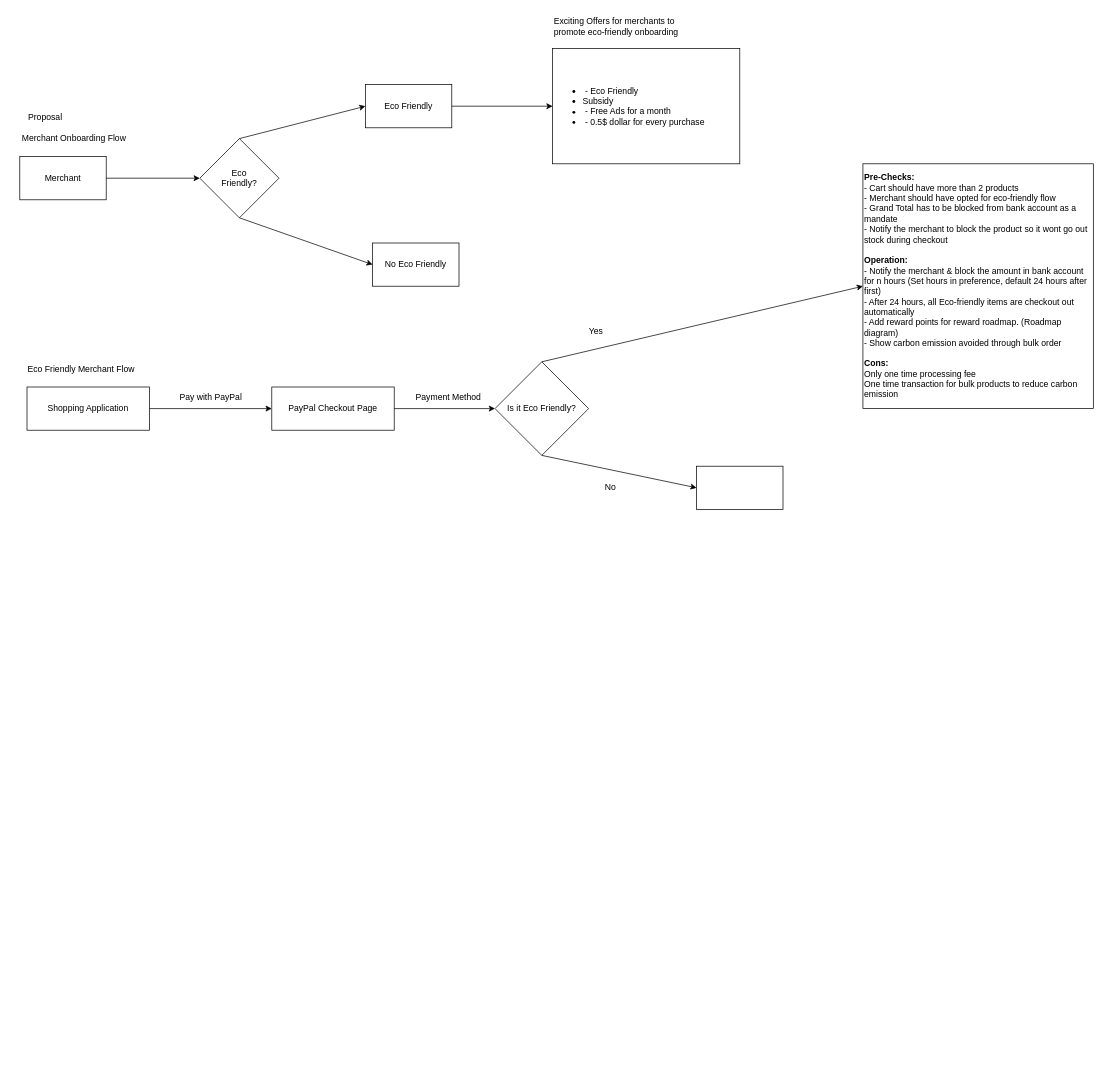
mithun9421/drawio keeps this draw.io diagram as Untitled Diagram.drawio. Above is the earlier version. Source tidied: cells renumbered, new cells numbered last; positions are measured from the earlier drawing's top-left corner, leaving out a move shared by most shapes. Both pictures are drawn from the tidied source at 72%, with x=0, y=0 at pixel (12, 12).
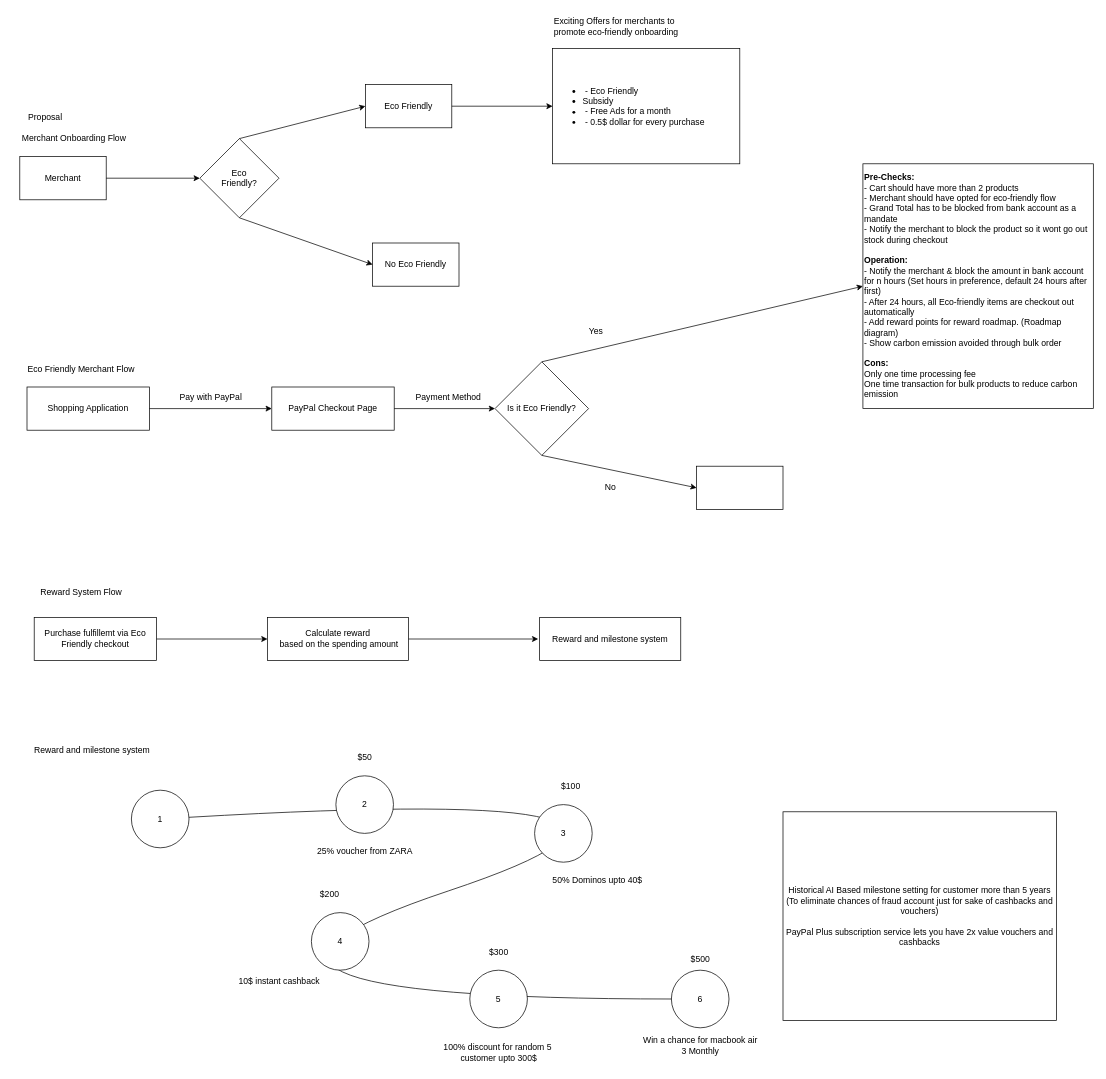
After the change.

Diff of the diagram source:
```diff
@@
+    <mxCell id="28" value="Reward System Flow" style="text;html=1;align=center;verticalAlign=middle;strokeColor=none;fillColor=none;" parent="1" vertex="1">
+      <mxGeometry x="25" y="790" width="140" height="30" as="geometry" />
+    </mxCell>
+    <mxCell id="29" value="Purchase fulfillemt via Eco Friendly checkout" style="rounded=0;whiteSpace=wrap;html=1;" parent="1" vertex="1">
+      <mxGeometry x="30" y="840" width="170" height="60" as="geometry" />
+    </mxCell>
+    <mxCell id="30" value="&lt;div&gt;Calculate reward&lt;/div&gt;&lt;div&gt;&amp;nbsp;based on the spending amount&lt;/div&gt;" style="rounded=0;whiteSpace=wrap;html=1;" parent="1" vertex="1">
+      <mxGeometry x="354" y="840" width="196" height="60" as="geometry" />
+    </mxCell>
+    <mxCell id="31" style="endArrow=classic;html=1;rounded=0;exitX=1;exitY=0.5;exitDx=0;exitDy=0;entryX=0;entryY=0.5;entryDx=0;entryDy=0;" parent="1" edge="1" source="29" target="30">
+      <mxGeometry relative="1" as="geometry" />
+    </mxCell>
+    <mxCell id="32" value="Reward and milestone system" style="rounded=0;whiteSpace=wrap;html=1;" parent="1" vertex="1">
+      <mxGeometry x="732" y="840" width="196" height="60" as="geometry" />
+    </mxCell>
+    <mxCell id="33" style="endArrow=classic;html=1;rounded=0;exitX=1;exitY=0.5;exitDx=0;exitDy=0;" parent="1" edge="1" source="30">
+      <mxGeometry relative="1" as="geometry">
+        <mxPoint x="730" y="870" as="targetPoint" />
+      </mxGeometry>
+    </mxCell>
+    <mxCell id="34" style="curved=1;endArrow=classic;html=1;rounded=0;" parent="1" edge="1" source="36">
+      <mxGeometry relative="1" as="geometry">
+        <mxPoint x="925" y="1370" as="targetPoint" />
+        <Array as="points">
+          <mxPoint x="1055" y="1070" />
+          <mxPoint x="155" y="1370" />
+        </Array>
+      </mxGeometry>
+    </mxCell>
+    <mxCell id="35" style="curved=1;endArrow=classic;html=1;rounded=0;" parent="1" edge="1" target="36">
+      <mxGeometry relative="1" as="geometry">
+        <mxPoint x="205" y="1120" as="sourcePoint" />
+      </mxGeometry>
+    </mxCell>
+    <mxCell id="36" value="1" style="ellipse;whiteSpace=wrap;html=1;" parent="1" vertex="1">
+      <mxGeometry x="165" y="1080" width="80" height="80" as="geometry" />
+    </mxCell>
+    <mxCell id="37" value="2" style="ellipse;whiteSpace=wrap;html=1;" parent="1" vertex="1">
+      <mxGeometry x="449" y="1060" width="80" height="80" as="geometry" />
+    </mxCell>
+    <mxCell id="38" value="3" style="ellipse;whiteSpace=wrap;html=1;" parent="1" vertex="1">
+      <mxGeometry x="725" y="1100" width="80" height="80" as="geometry" />
+    </mxCell>
+    <mxCell id="39" value="4" style="ellipse;whiteSpace=wrap;html=1;" parent="1" vertex="1">
+      <mxGeometry x="415" y="1250" width="80" height="80" as="geometry" />
+    </mxCell>
+    <mxCell id="40" value="5" style="ellipse;whiteSpace=wrap;html=1;" parent="1" vertex="1">
+      <mxGeometry x="635" y="1330" width="80" height="80" as="geometry" />
+    </mxCell>
+    <mxCell id="41" value="6" style="ellipse;whiteSpace=wrap;html=1;" parent="1" vertex="1">
+      <mxGeometry x="915" y="1330" width="80" height="80" as="geometry" />
+    </mxCell>
+    <mxCell id="42" value="$50" style="text;html=1;align=center;verticalAlign=middle;strokeColor=none;fillColor=none;" parent="1" vertex="1">
+      <mxGeometry x="469" y="1020" width="40" height="30" as="geometry" />
+    </mxCell>
+    <mxCell id="43" value="$100" style="text;html=1;align=center;verticalAlign=middle;strokeColor=none;fillColor=none;" parent="1" vertex="1">
+      <mxGeometry x="750" y="1060" width="50" height="30" as="geometry" />
+    </mxCell>
+    <mxCell id="44" value="$200" style="text;html=1;align=center;verticalAlign=middle;strokeColor=none;fillColor=none;" parent="1" vertex="1">
+      <mxGeometry x="415" y="1210" width="50" height="30" as="geometry" />
+    </mxCell>
+    <mxCell id="45" value="$300" style="text;html=1;align=center;verticalAlign=middle;strokeColor=none;fillColor=none;" parent="1" vertex="1">
+      <mxGeometry x="650" y="1290" width="50" height="30" as="geometry" />
+    </mxCell>
+    <mxCell id="46" value="$500" style="text;html=1;align=center;verticalAlign=middle;strokeColor=none;fillColor=none;" parent="1" vertex="1">
+      <mxGeometry x="930" y="1300" width="50" height="30" as="geometry" />
+    </mxCell>
+    <mxCell id="47" value="25% voucher from ZARA" style="text;html=1;align=center;verticalAlign=middle;strokeColor=none;fillColor=none;" parent="1" vertex="1">
+      <mxGeometry x="409" y="1150" width="160" height="30" as="geometry" />
+    </mxCell>
+    <mxCell id="48" value="50% Dominos upto 40$" style="text;html=1;align=center;verticalAlign=middle;strokeColor=none;fillColor=none;" parent="1" vertex="1">
+      <mxGeometry x="737" y="1190" width="150" height="30" as="geometry" />
+    </mxCell>
+    <mxCell id="49" value="&lt;div&gt;Win a chance for macbook air&lt;/div&gt;&lt;div&gt;3 Monthly&lt;br&gt;&lt;/div&gt;" style="text;html=1;align=center;verticalAlign=middle;strokeColor=none;fillColor=none;" parent="1" vertex="1">
+      <mxGeometry x="865" y="1415" width="180" height="40" as="geometry" />
+    </mxCell>
+    <mxCell id="50" value="&lt;div&gt;100% discount for random 5&amp;nbsp;&lt;/div&gt;&lt;div&gt;customer upto 300$&lt;/div&gt;" style="text;html=1;align=center;verticalAlign=middle;strokeColor=none;fillColor=none;" parent="1" vertex="1">
+      <mxGeometry x="585" y="1424" width="180" height="40" as="geometry" />
+    </mxCell>
+    <mxCell id="51" value="10$ instant cashback" style="text;html=1;align=center;verticalAlign=middle;strokeColor=none;fillColor=none;" parent="1" vertex="1">
+      <mxGeometry x="300" y="1330" width="140" height="30" as="geometry" />
+    </mxCell>
+    <mxCell id="52" value="&lt;div align=&quot;center&quot;&gt;Historical AI Based milestone setting for customer more than 5 years (To eliminate chances of fraud account just for sake of cashbacks and vouchers)&lt;/div&gt;&lt;div align=&quot;center&quot;&gt;&lt;br&gt;&lt;/div&gt;&lt;div align=&quot;center&quot;&gt;PayPal Plus subscription service lets you have 2x value vouchers and cashbacks&lt;br&gt;&lt;/div&gt;" style="rounded=0;whiteSpace=wrap;html=1;align=center;" parent="1" vertex="1">
+      <mxGeometry x="1070" y="1110" width="380" height="290" as="geometry" />
+    </mxCell>
+    <mxCell id="53" value="Reward and milestone system" style="text;html=1;align=center;verticalAlign=middle;strokeColor=none;fillColor=none;" parent="1" vertex="1">
+      <mxGeometry x="20" y="1010" width="180" height="30" as="geometry" />
+    </mxCell>
```
